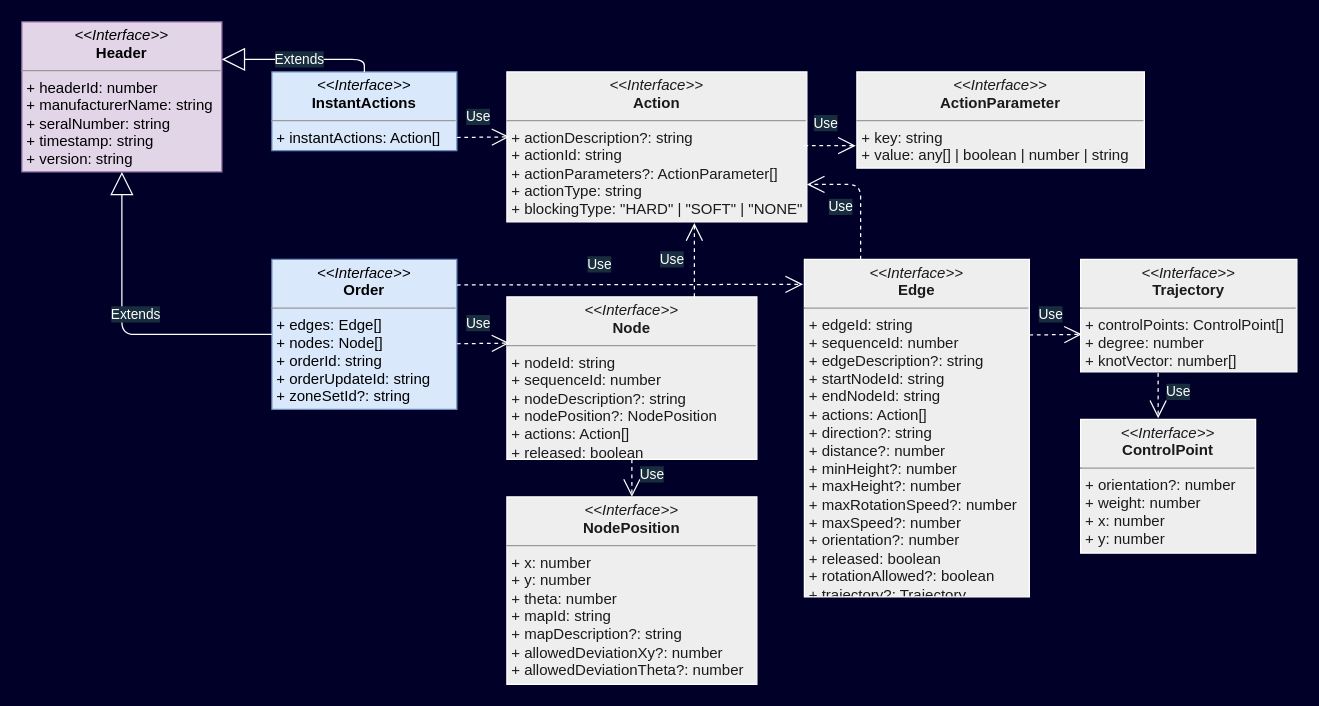
The draw.io diagram page "vda-5050-object-types-1" (1 of 3) of docs/slides/vda-5050-uml.drawio in coatyio/vda-5050-lib.js, before the edit. Source tidied: cells renumbered, new cells numbered last; positions are measured from the earlier drawing's top-left corner, leaving out a move shared by most shapes. Both pictures are drawn from the tidied source at 125%, with x=0, y=0 at pixel (21, 21).
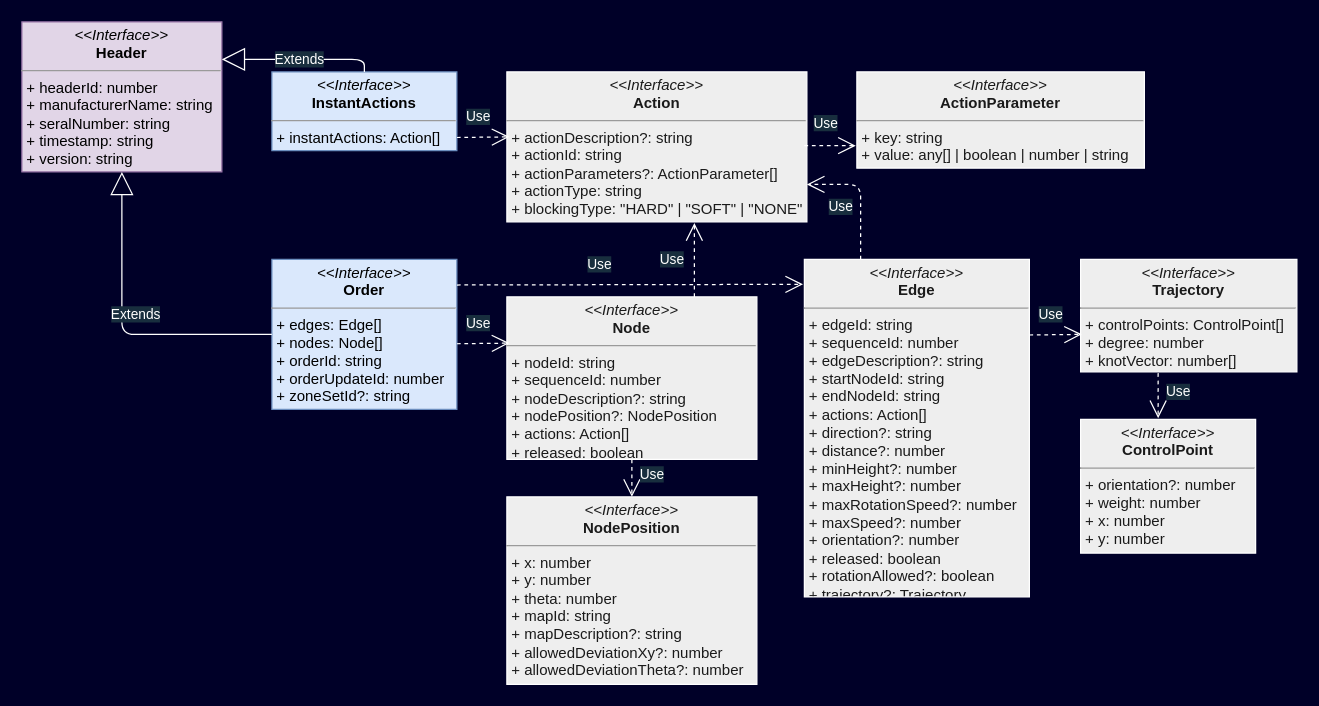
The same diagram, later.

Commit message (it also covers changes not shown here):
docs(slides): fix type mismatch in UML diagram for Node.orderUpdateId

Diff of the diagram source:
```diff
@@
-    <mxCell id="6" value="&lt;p style=&quot;margin: 0px ; margin-top: 4px ; text-align: center&quot;&gt;&lt;i&gt;&amp;lt;&amp;lt;Interface&amp;gt;&amp;gt;&lt;/i&gt;&lt;br&gt;&lt;b&gt;Order&lt;/b&gt;&lt;/p&gt;&lt;hr size=&quot;1&quot;&gt;&lt;p style=&quot;margin: 0px ; margin-left: 4px&quot;&gt;+ edges: Edge[]&lt;br&gt;+ nodes: Node[]&lt;/p&gt;&lt;p style=&quot;margin: 0px ; margin-left: 4px&quot;&gt;+ orderId: string&lt;/p&gt;&lt;p style=&quot;margin: 0px ; margin-left: 4px&quot;&gt;+ orderUpdateId: string&lt;/p&gt;&lt;p style=&quot;margin: 0px ; margin-left: 4px&quot;&gt;+ zoneSetId?: string&lt;/p&gt;&lt;hr size=&quot;1&quot;&gt;&lt;p style=&quot;margin: 0px ; margin-left: 4px&quot;&gt;&lt;br&gt;&lt;/p&gt;" style="verticalAlign=top;align=left;overflow=fill;fontSize=12;fontFamily=Helvetica;html=1;fillColor=#dae8fc;strokeColor=#6c8ebf;" parent="1" vertex="1">
+    <mxCell id="6" value="&lt;p style=&quot;margin: 0px ; margin-top: 4px ; text-align: center&quot;&gt;&lt;i&gt;&amp;lt;&amp;lt;Interface&amp;gt;&amp;gt;&lt;/i&gt;&lt;br&gt;&lt;b&gt;Order&lt;/b&gt;&lt;/p&gt;&lt;hr size=&quot;1&quot;&gt;&lt;p style=&quot;margin: 0px ; margin-left: 4px&quot;&gt;+ edges: Edge[]&lt;br&gt;+ nodes: Node[]&lt;/p&gt;&lt;p style=&quot;margin: 0px ; margin-left: 4px&quot;&gt;+ orderId: string&lt;/p&gt;&lt;p style=&quot;margin: 0px ; margin-left: 4px&quot;&gt;+ orderUpdateId: number&lt;/p&gt;&lt;p style=&quot;margin: 0px ; margin-left: 4px&quot;&gt;+ zoneSetId?: string&lt;/p&gt;&lt;hr size=&quot;1&quot;&gt;&lt;p style=&quot;margin: 0px ; margin-left: 4px&quot;&gt;&lt;br&gt;&lt;/p&gt;" style="verticalAlign=top;align=left;overflow=fill;fontSize=12;fontFamily=Helvetica;html=1;fillColor=#dae8fc;strokeColor=#6c8ebf;" parent="1" vertex="1">
       <mxGeometry x="200" y="190" width="148" height="120" as="geometry" />
     </mxCell>
```
